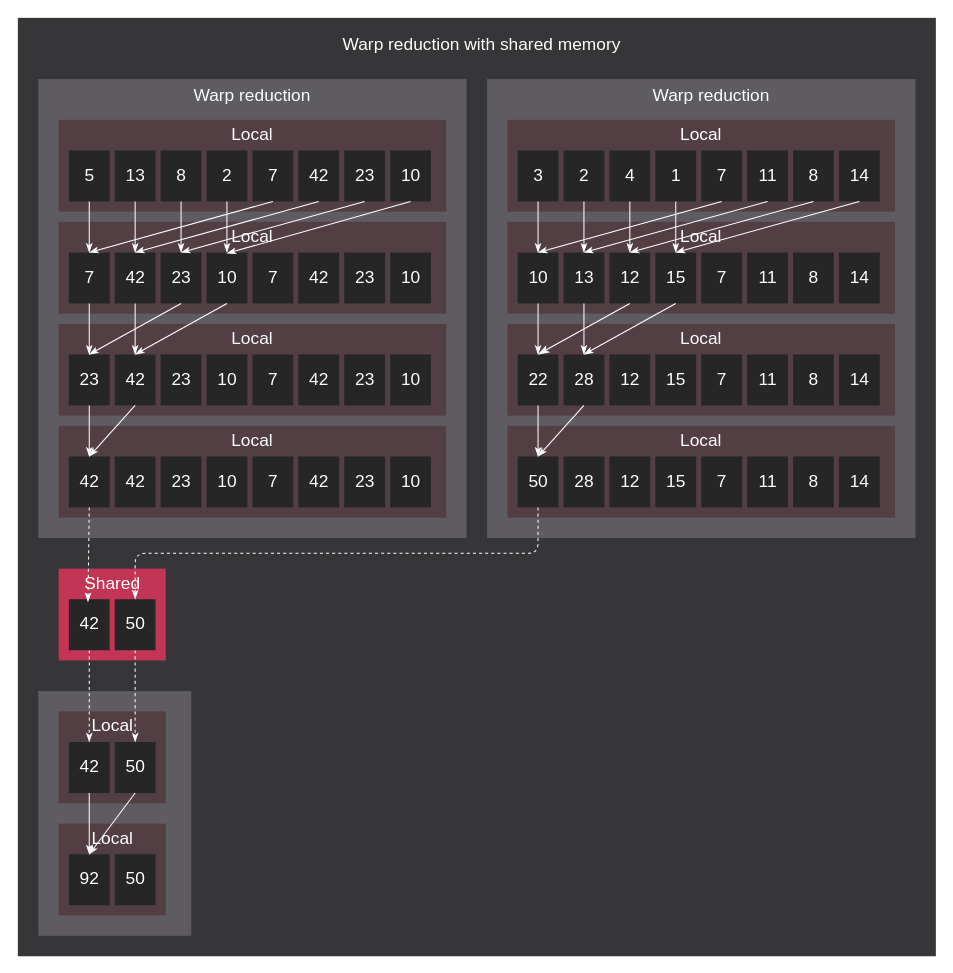
Above: docs/data/tutorial/reduction/warp_reduction_with_shared.drawio in ROCm/amd-rocm-optimization-guide (draw.io), before the change. Source tidied: cells renumbered, new cells numbered last; positions are measured from the earlier drawing's top-left corner, leaving out a move shared by most shapes. Both pictures are drawn from the tidied source at 102%, with x=0, y=0 at pixel (17, 17).
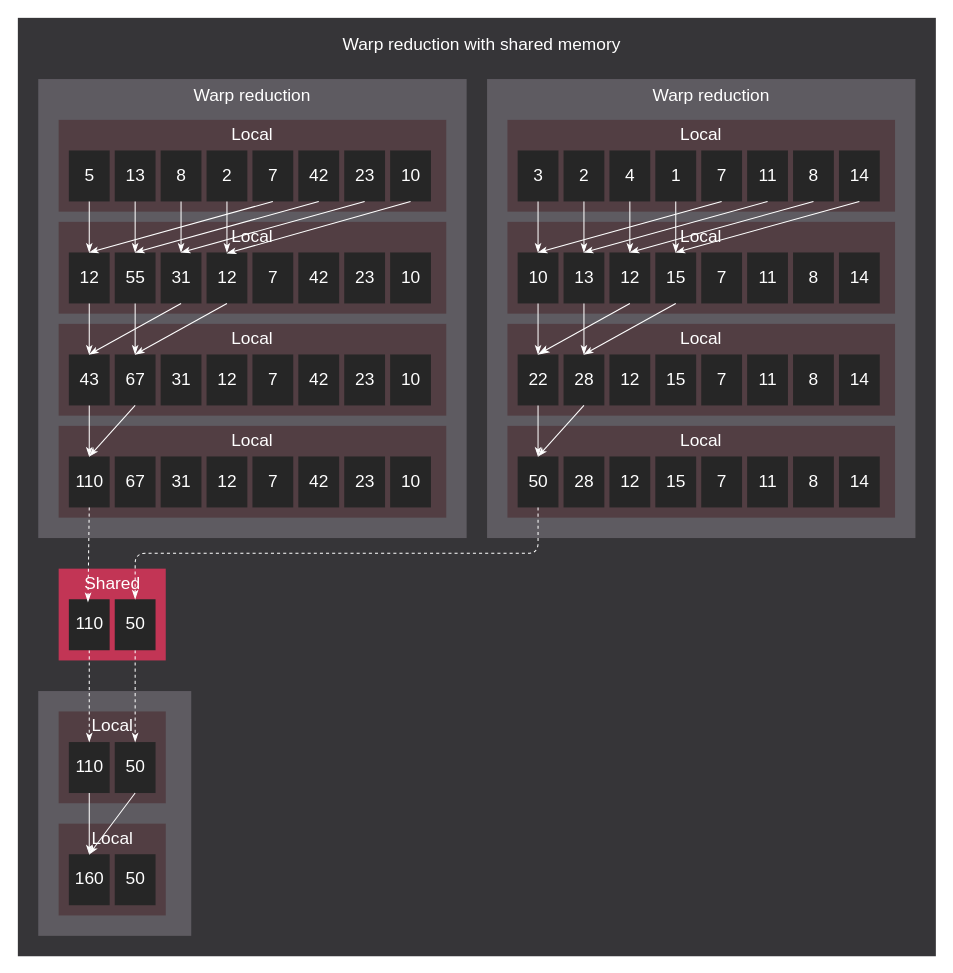
The same page after the edit.

Commit message (it also covers changes not shown here):
Overhaul reduction tutorial

The edit, as a diff of the source:
```diff
@@
-    <mxCell id="26" value="7" style="text;html=1;strokeColor=none;fillColor=none;align=center;verticalAlign=middle;whiteSpace=wrap;rounded=0;fontFamily=Klavika;fontSize=17;fontColor=#FFFFFF;" parent="1" vertex="1">
+    <mxCell id="26" value="12" style="text;html=1;strokeColor=none;fillColor=none;align=center;verticalAlign=middle;whiteSpace=wrap;rounded=0;fontFamily=Klavika;fontSize=17;fontColor=#FFFFFF;" parent="1" vertex="1">
       <mxGeometry x="57.5" y="240" width="25" height="30" as="geometry" />
     </mxCell>
@@
-    <mxCell id="28" value="42" style="text;html=1;strokeColor=none;fillColor=none;align=center;verticalAlign=middle;whiteSpace=wrap;rounded=0;fontFamily=Klavika;fontSize=17;fontColor=#FFFFFF;" parent="1" vertex="1">
+    <mxCell id="28" value="55" style="text;html=1;strokeColor=none;fillColor=none;align=center;verticalAlign=middle;whiteSpace=wrap;rounded=0;fontFamily=Klavika;fontSize=17;fontColor=#FFFFFF;" parent="1" vertex="1">
       <mxGeometry x="102.5" y="240" width="25" height="30" as="geometry" />
     </mxCell>
@@
-    <mxCell id="30" value="23" style="text;html=1;strokeColor=none;fillColor=none;align=center;verticalAlign=middle;whiteSpace=wrap;rounded=0;fontFamily=Klavika;fontSize=17;fontColor=#FFFFFF;" parent="1" vertex="1">
+    <mxCell id="30" value="31" style="text;html=1;strokeColor=none;fillColor=none;align=center;verticalAlign=middle;whiteSpace=wrap;rounded=0;fontFamily=Klavika;fontSize=17;fontColor=#FFFFFF;" parent="1" vertex="1">
       <mxGeometry x="147.5" y="240" width="25" height="30" as="geometry" />
     </mxCell>
@@
-    <mxCell id="32" value="10" style="text;html=1;strokeColor=none;fillColor=none;align=center;verticalAlign=middle;whiteSpace=wrap;rounded=0;fontFamily=Klavika;fontSize=17;fontColor=#FFFFFF;" parent="1" vertex="1">
+    <mxCell id="32" value="12" style="text;html=1;strokeColor=none;fillColor=none;align=center;verticalAlign=middle;whiteSpace=wrap;rounded=0;fontFamily=Klavika;fontSize=17;fontColor=#FFFFFF;" parent="1" vertex="1">
       <mxGeometry x="192.5" y="240" width="25" height="30" as="geometry" />
     </mxCell>
@@
-    <mxCell id="47" value="23" style="text;html=1;strokeColor=none;fillColor=none;align=center;verticalAlign=middle;whiteSpace=wrap;rounded=0;fontFamily=Klavika;fontSize=17;fontColor=#FFFFFF;" parent="1" vertex="1">
+    <mxCell id="47" value="43" style="text;html=1;strokeColor=none;fillColor=none;align=center;verticalAlign=middle;whiteSpace=wrap;rounded=0;fontFamily=Klavika;fontSize=17;fontColor=#FFFFFF;" parent="1" vertex="1">
       <mxGeometry x="57.5" y="340" width="25" height="30" as="geometry" />
     </mxCell>
@@
-    <mxCell id="49" value="42" style="text;html=1;strokeColor=none;fillColor=none;align=center;verticalAlign=middle;whiteSpace=wrap;rounded=0;fontFamily=Klavika;fontSize=17;fontColor=#FFFFFF;" parent="1" vertex="1">
+    <mxCell id="49" value="67" style="text;html=1;strokeColor=none;fillColor=none;align=center;verticalAlign=middle;whiteSpace=wrap;rounded=0;fontFamily=Klavika;fontSize=17;fontColor=#FFFFFF;" parent="1" vertex="1">
       <mxGeometry x="102.5" y="340" width="25" height="30" as="geometry" />
     </mxCell>
@@
-    <mxCell id="51" value="23" style="text;html=1;strokeColor=none;fillColor=none;align=center;verticalAlign=middle;whiteSpace=wrap;rounded=0;fontFamily=Klavika;fontSize=17;fontColor=#FFFFFF;" parent="1" vertex="1">
+    <mxCell id="51" value="31" style="text;html=1;strokeColor=none;fillColor=none;align=center;verticalAlign=middle;whiteSpace=wrap;rounded=0;fontFamily=Klavika;fontSize=17;fontColor=#FFFFFF;" parent="1" vertex="1">
       <mxGeometry x="147.5" y="340" width="25" height="30" as="geometry" />
     </mxCell>
@@
-    <mxCell id="53" value="10" style="text;html=1;strokeColor=none;fillColor=none;align=center;verticalAlign=middle;whiteSpace=wrap;rounded=0;fontFamily=Klavika;fontSize=17;fontColor=#FFFFFF;" parent="1" vertex="1">
+    <mxCell id="53" value="12" style="text;html=1;strokeColor=none;fillColor=none;align=center;verticalAlign=middle;whiteSpace=wrap;rounded=0;fontFamily=Klavika;fontSize=17;fontColor=#FFFFFF;" parent="1" vertex="1">
       <mxGeometry x="192.5" y="340" width="25" height="30" as="geometry" />
     </mxCell>
@@
-    <mxCell id="69" value="42" style="text;html=1;strokeColor=none;fillColor=none;align=center;verticalAlign=middle;whiteSpace=wrap;rounded=0;fontFamily=Klavika;fontSize=17;fontColor=#FFFFFF;" parent="1" vertex="1">
+    <mxCell id="69" value="110" style="text;html=1;strokeColor=none;fillColor=none;align=center;verticalAlign=middle;whiteSpace=wrap;rounded=0;fontFamily=Klavika;fontSize=17;fontColor=#FFFFFF;" parent="1" vertex="1">
       <mxGeometry x="57.5" y="440" width="25" height="30" as="geometry" />
     </mxCell>
@@
-    <mxCell id="71" value="42" style="text;html=1;strokeColor=none;fillColor=none;align=center;verticalAlign=middle;whiteSpace=wrap;rounded=0;fontFamily=Klavika;fontSize=17;fontColor=#FFFFFF;" parent="1" vertex="1">
+    <mxCell id="71" value="67" style="text;html=1;strokeColor=none;fillColor=none;align=center;verticalAlign=middle;whiteSpace=wrap;rounded=0;fontFamily=Klavika;fontSize=17;fontColor=#FFFFFF;" parent="1" vertex="1">
       <mxGeometry x="102.5" y="440" width="25" height="30" as="geometry" />
     </mxCell>
@@
-    <mxCell id="73" value="23" style="text;html=1;strokeColor=none;fillColor=none;align=center;verticalAlign=middle;whiteSpace=wrap;rounded=0;fontFamily=Klavika;fontSize=17;fontColor=#FFFFFF;" parent="1" vertex="1">
+    <mxCell id="73" value="31" style="text;html=1;strokeColor=none;fillColor=none;align=center;verticalAlign=middle;whiteSpace=wrap;rounded=0;fontFamily=Klavika;fontSize=17;fontColor=#FFFFFF;" parent="1" vertex="1">
       <mxGeometry x="147.5" y="440" width="25" height="30" as="geometry" />
     </mxCell>
@@
-    <mxCell id="75" value="10" style="text;html=1;strokeColor=none;fillColor=none;align=center;verticalAlign=middle;whiteSpace=wrap;rounded=0;fontFamily=Klavika;fontSize=17;fontColor=#FFFFFF;" parent="1" vertex="1">
+    <mxCell id="75" value="12" style="text;html=1;strokeColor=none;fillColor=none;align=center;verticalAlign=middle;whiteSpace=wrap;rounded=0;fontFamily=Klavika;fontSize=17;fontColor=#FFFFFF;" parent="1" vertex="1">
       <mxGeometry x="192.5" y="440" width="25" height="30" as="geometry" />
     </mxCell>
@@
-    <mxCell id="179" value="92" style="text;html=1;strokeColor=none;fillColor=none;align=center;verticalAlign=middle;whiteSpace=wrap;rounded=0;fontFamily=Klavika;fontSize=17;fontColor=#FFFFFF;" parent="1" vertex="1">
+    <mxCell id="179" value="160" style="text;html=1;strokeColor=none;fillColor=none;align=center;verticalAlign=middle;whiteSpace=wrap;rounded=0;fontFamily=Klavika;fontSize=17;fontColor=#FFFFFF;" parent="1" vertex="1">
       <mxGeometry x="57.5" y="830" width="25" height="30" as="geometry" />
     </mxCell>
@@
-    <mxCell id="185" value="42" style="text;html=1;strokeColor=none;fillColor=none;align=center;verticalAlign=middle;whiteSpace=wrap;rounded=0;fontFamily=Klavika;fontSize=17;fontColor=#FFFFFF;" parent="1" vertex="1">
+    <mxCell id="185" value="110" style="text;html=1;strokeColor=none;fillColor=none;align=center;verticalAlign=middle;whiteSpace=wrap;rounded=0;fontFamily=Klavika;fontSize=17;fontColor=#FFFFFF;" parent="1" vertex="1">
       <mxGeometry x="57.5" y="720" width="25" height="30" as="geometry" />
     </mxCell>
@@
-    <mxCell id="192" value="42" style="text;html=1;strokeColor=none;fillColor=none;align=center;verticalAlign=middle;whiteSpace=wrap;rounded=0;fontFamily=Klavika;fontSize=17;fontColor=#FFFFFF;" parent="1" vertex="1">
+    <mxCell id="192" value="110" style="text;html=1;strokeColor=none;fillColor=none;align=center;verticalAlign=middle;whiteSpace=wrap;rounded=0;fontFamily=Klavika;fontSize=17;fontColor=#FFFFFF;" parent="1" vertex="1">
       <mxGeometry x="57.5" y="580" width="25" height="30" as="geometry" />
     </mxCell>
```
